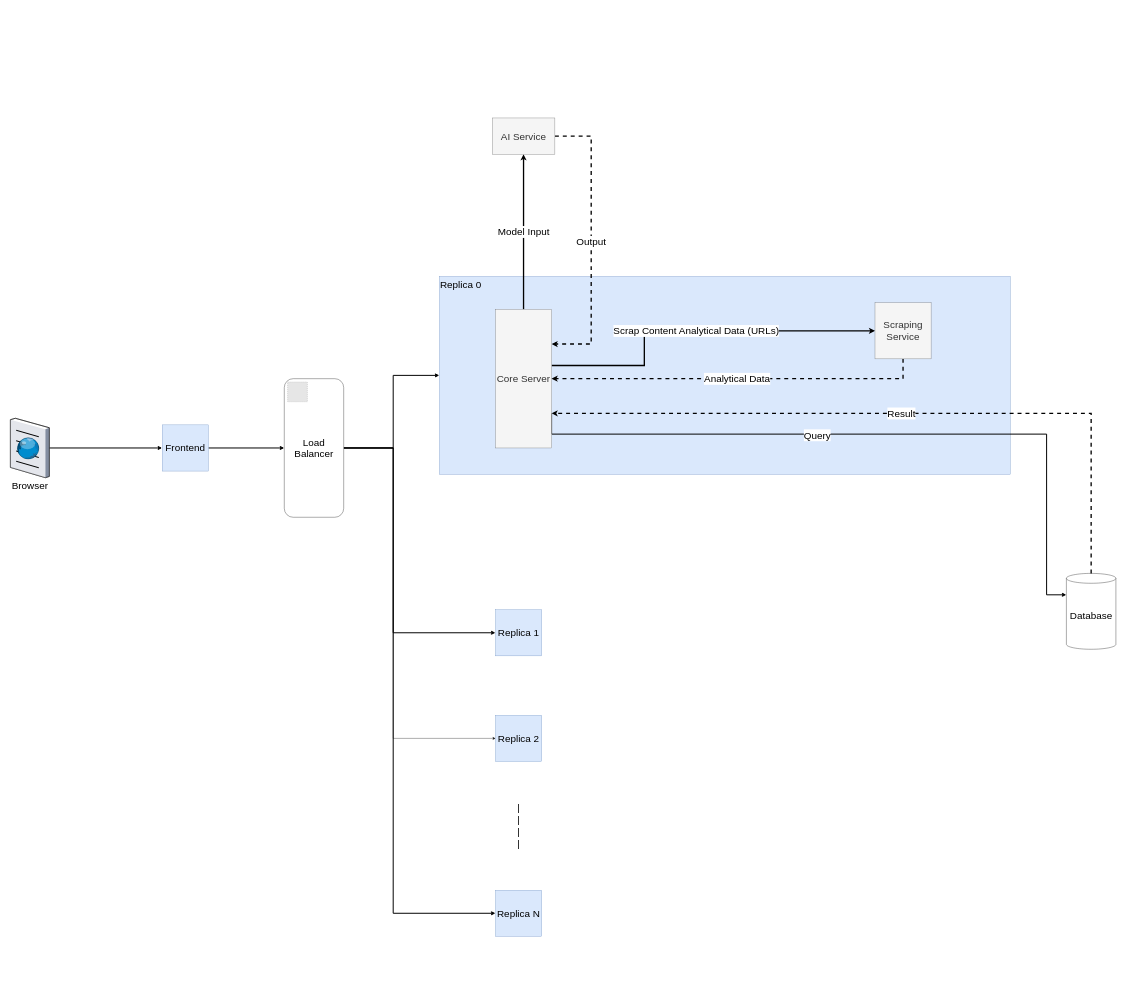
The draw.io diagram diagrams/LowlevelBlockDiagram.drawio in jadhamwi31/cc_productivity_and_marketing_kit, before the edit. Source tidied: cells renumbered, new cells numbered last; positions are measured from the earlier drawing's top-left corner, leaving out a move shared by most shapes. Both pictures are drawn from the tidied source at 33%, with x=0, y=0 at pixel (10, 118). Pictures stored in the file or linked from it are replaced by grey dashed boxes.
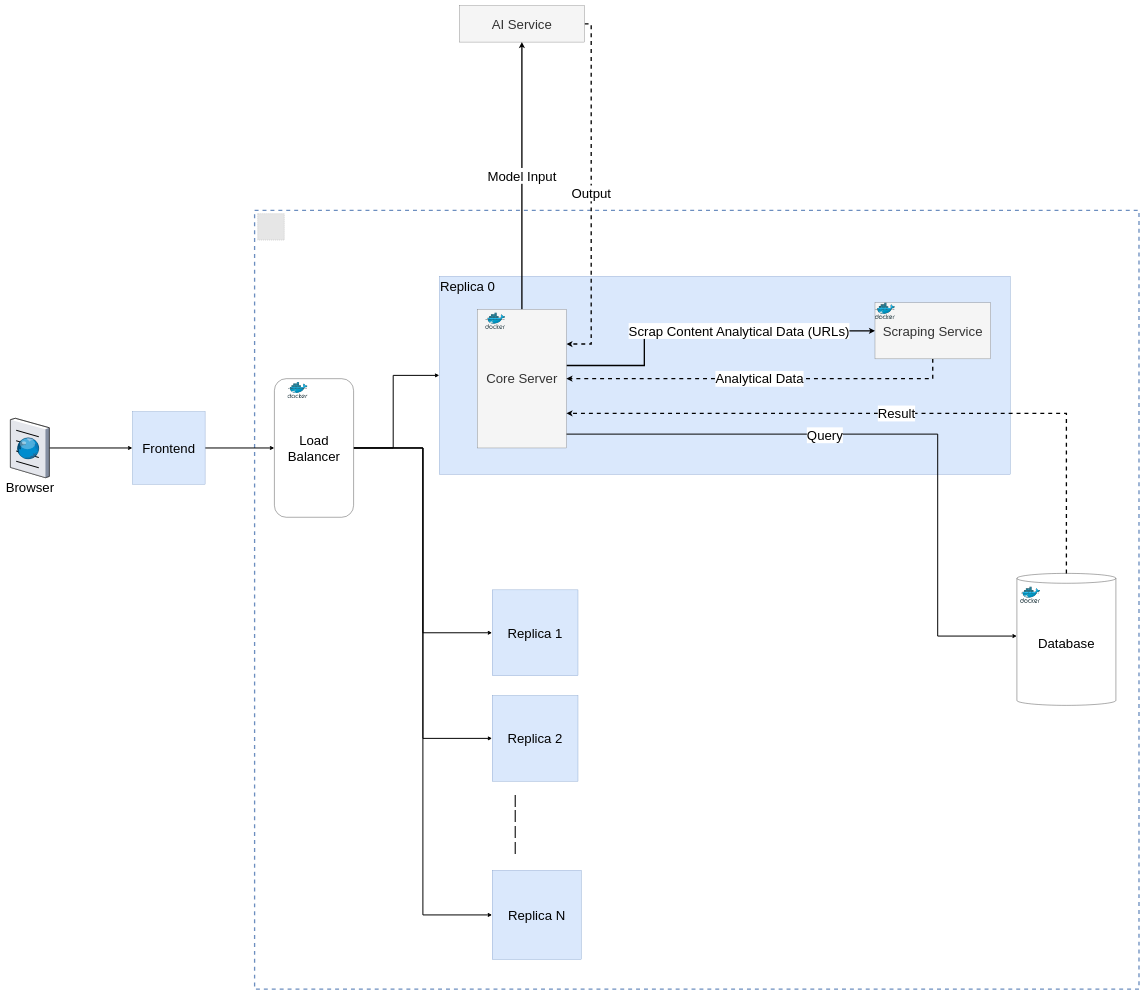
The same diagram, later.

Commit message (it also covers changes not shown here):
vidoe editing sequence diagram

What changed in the source:
```diff
@@
+    <mxCell id="28" style="rounded=0;whiteSpace=wrap;html=1;fillColor=none;strokeColor=#6c8ebf;strokeWidth=4;dashed=1;fontSize=40;" parent="1" vertex="1">
+      <mxGeometry x="740" y="280" width="2680" height="2360" as="geometry" />
+    </mxCell>
-    <mxCell id="2" value="Replica 0" style="rounded=0;whiteSpace=wrap;html=1;fontSize=30;fillColor=#dae8fc;strokeColor=#6c8ebf;verticalAlign=top;align=left;" parent="1" vertex="1">
+    <mxCell id="2" value="Replica 0" style="rounded=0;whiteSpace=wrap;html=1;fontSize=40;fillColor=#dae8fc;strokeColor=#6c8ebf;verticalAlign=top;align=left;" parent="1" vertex="1">
       <mxGeometry x="1300" y="480" width="1730" height="600" as="geometry" />
     </mxCell>
-    <mxCell id="3" value="Output" style="edgeStyle=orthogonalEdgeStyle;rounded=0;jettySize=auto;html=1;exitX=1;exitY=0.5;exitDx=0;exitDy=0;entryX=1;entryY=0.25;entryDx=0;entryDy=0;fontSize=30;strokeWidth=4;dashed=1;" parent="1" edge="1" source="25" target="8">
+    <mxCell id="3" value="Output" style="edgeStyle=orthogonalEdgeStyle;rounded=0;jettySize=auto;html=1;exitX=1;exitY=0.5;exitDx=0;exitDy=0;entryX=1;entryY=0.25;entryDx=0;entryDy=0;fontSize=40;strokeWidth=4;dashed=1;" parent="1" edge="1" source="25" target="8">
       <mxGeometry relative="1" as="geometry">
         <Array as="points">
-          <mxPoint x="1760" y="55" />
+          <mxPoint x="1760" y="-285" />
           <mxPoint x="1760" y="685" />
         </Array>
       </mxGeometry>
     </mxCell>
-    <mxCell id="4" style="edgeStyle=orthogonalEdgeStyle;rounded=0;jettySize=auto;html=1;exitX=1;exitY=0.75;exitDx=0;exitDy=0;fontSize=30;strokeWidth=3;entryX=0;entryY=0;entryDx=0;entryDy=65;entryPerimeter=0;" parent="1" edge="1" source="8" target="10">
+    <mxCell id="4" style="edgeStyle=orthogonalEdgeStyle;rounded=0;orthogonalLoop=1;jettySize=auto;html=1;fontSize=40;strokeWidth=3;" parent="1" edge="1">
       <mxGeometry relative="1" as="geometry">
+        <mxPoint x="1630" y="958" as="sourcePoint" />
+        <mxPoint x="3050" y="1570" as="targetPoint" />
         <Array as="points">
           <mxPoint x="1640" y="958" />
-          <mxPoint x="3140" y="958" />
-          <mxPoint x="3140" y="1445" />
+          <mxPoint x="2810" y="958" />
+          <mxPoint x="2810" y="1570" />
+          <mxPoint x="3050" y="1570" />
         </Array>
       </mxGeometry>
     </mxCell>
-    <mxCell id="5" value="Query" style="edgeLabel;html=1;align=center;verticalAlign=middle;fontSize=30;" parent="4" vertex="1">
+    <mxCell id="5" value="Query" style="edgeLabel;html=1;align=center;verticalAlign=middle;fontSize=40;" parent="4" vertex="1">
       <mxGeometry x="-0.24" y="1" relative="1" as="geometry">
         <mxPoint x="65" y="3" as="offset" />
       </mxGeometry>
     </mxCell>
-    <mxCell id="6" value="Model Input" style="edgeStyle=orthogonalEdgeStyle;rounded=0;jettySize=auto;html=1;exitX=0.5;exitY=0;exitDx=0;exitDy=0;entryX=0.5;entryY=1;entryDx=0;entryDy=0;strokeWidth=4;fontSize=30;" parent="1" edge="1" source="8" target="25">
+    <mxCell id="6" value="Model Input" style="edgeStyle=orthogonalEdgeStyle;rounded=0;jettySize=auto;html=1;exitX=0.5;exitY=0;exitDx=0;exitDy=0;entryX=0.5;entryY=1;entryDx=0;entryDy=0;strokeWidth=4;fontSize=40;" parent="1" edge="1" source="8" target="25">
       <mxGeometry relative="1" as="geometry" />
     </mxCell>
-    <mxCell id="7" value="Scrap Content Analytical Data (URLs)" style="edgeStyle=orthogonalEdgeStyle;rounded=0;jettySize=auto;html=1;entryX=0;entryY=0.5;entryDx=0;entryDy=0;strokeWidth=4;fontSize=30;" parent="1" edge="1" source="8" target="27">
-      <mxGeometry relative="1" as="geometry">
+    <mxCell id="7" value="Scrap Content Analytical Data (URLs)" style="edgeStyle=orthogonalEdgeStyle;rounded=0;jettySize=auto;html=1;entryX=0;entryY=0.5;entryDx=0;entryDy=0;strokeWidth=4;fontSize=40;" parent="1" edge="1" source="8" target="27">
+      <mxGeometry x="0.21" relative="1" as="geometry">
         <Array as="points">
           <mxPoint x="1921" y="750" />
           <mxPoint x="1921" y="645" />
         </Array>
+        <mxPoint x="-1" as="offset" />
       </mxGeometry>
     </mxCell>
-    <mxCell id="8" value="Core Server" style="rounded=0;whiteSpace=wrap;html=1;fillColor=#f5f5f5;fontSize=30;fontColor=#333333;strokeColor=#666666;" parent="1" vertex="1">
-      <mxGeometry x="1470" y="580" width="170" height="420" as="geometry" />
+    <mxCell id="8" value="Core Server" style="rounded=0;whiteSpace=wrap;html=1;fillColor=#f5f5f5;fontSize=40;fontColor=#333333;strokeColor=#666666;" parent="1" vertex="1">
+      <mxGeometry x="1415" y="580" width="270" height="420" as="geometry" />
     </mxCell>
-    <mxCell id="9" value="Result" style="edgeStyle=orthogonalEdgeStyle;rounded=0;jettySize=auto;html=1;exitX=0.5;exitY=0;exitDx=0;exitDy=0;exitPerimeter=0;entryX=1;entryY=0.75;entryDx=0;entryDy=0;fontSize=30;dashed=1;strokeWidth=4;" parent="1" edge="1" source="10" target="8">
+    <mxCell id="9" value="Result" style="edgeStyle=orthogonalEdgeStyle;rounded=0;jettySize=auto;html=1;exitX=0.5;exitY=0;exitDx=0;exitDy=0;exitPerimeter=0;entryX=1;entryY=0.75;entryDx=0;entryDy=0;fontSize=40;dashed=1;strokeWidth=4;" parent="1" edge="1" source="10" target="8">
       <mxGeometry relative="1" as="geometry">
         <Array as="points">
-          <mxPoint x="3275" y="895" />
+          <mxPoint x="3200" y="895" />
         </Array>
       </mxGeometry>
     </mxCell>
-    <mxCell id="10" value="Database" style="shape=cylinder3;whiteSpace=wrap;html=1;boundedLbl=1;backgroundOutline=1;size=15;fontSize=30;fillColor=none;" parent="1" vertex="1">
-      <mxGeometry x="3200" y="1380" width="150" height="230" as="geometry" />
+    <mxCell id="10" value="Database" style="shape=cylinder3;whiteSpace=wrap;html=1;boundedLbl=1;backgroundOutline=1;size=15;fontSize=40;fillColor=none;" parent="1" vertex="1">
+      <mxGeometry x="3050" y="1380" width="300" height="400" as="geometry" />
     </mxCell>
-    <mxCell id="11" style="edgeStyle=orthogonalEdgeStyle;rounded=0;jettySize=auto;html=1;exitX=1;exitY=0.5;exitDx=0;exitDy=0;entryX=0;entryY=0.5;entryDx=0;entryDy=0;fontSize=30;strokeWidth=3;" parent="1" edge="1" source="13" target="18">
+    <mxCell id="11" style="edgeStyle=orthogonalEdgeStyle;rounded=0;jettySize=auto;html=1;exitX=1;exitY=0.5;exitDx=0;exitDy=0;entryX=0;entryY=0.5;entryDx=0;entryDy=0;fontSize=40;strokeWidth=3;" parent="1" edge="1" source="13" target="18">
       <mxGeometry relative="1" as="geometry" />
     </mxCell>
-    <mxCell id="12" style="edgeStyle=orthogonalEdgeStyle;rounded=0;jettySize=auto;html=1;exitX=0;exitY=0.5;exitDx=0;exitDy=0;strokeWidth=3;fontSize=30;startArrow=classic;startFill=1;endArrow=none;endFill=0;" parent="1" edge="1" source="13" target="24">
+    <mxCell id="12" style="edgeStyle=orthogonalEdgeStyle;rounded=0;jettySize=auto;html=1;exitX=0;exitY=0.5;exitDx=0;exitDy=0;strokeWidth=3;fontSize=40;startArrow=classic;startFill=1;endArrow=none;endFill=0;" parent="1" edge="1" source="13" target="24">
       <mxGeometry relative="1" as="geometry" />
     </mxCell>
-    <mxCell id="13" value="Frontend" style="whiteSpace=wrap;html=1;fillColor=#dae8fc;strokeColor=#6c8ebf;fontSize=30;" parent="1" vertex="1">
-      <mxGeometry x="460" y="930" width="140" height="140" as="geometry" />
+    <mxCell id="13" value="Frontend" style="whiteSpace=wrap;html=1;fillColor=#dae8fc;strokeColor=#6c8ebf;fontSize=40;" parent="1" vertex="1">
+      <mxGeometry x="370" y="890" width="220" height="220" as="geometry" />
     </mxCell>
-    <mxCell id="14" style="edgeStyle=orthogonalEdgeStyle;rounded=0;jettySize=auto;html=1;exitX=1;exitY=0.5;exitDx=0;exitDy=0;entryX=0;entryY=0.5;entryDx=0;entryDy=0;fontSize=30;strokeWidth=3;" parent="1" edge="1" source="18" target="2">
+    <mxCell id="14" style="edgeStyle=orthogonalEdgeStyle;rounded=0;jettySize=auto;html=1;exitX=1;exitY=0.5;exitDx=0;exitDy=0;entryX=0;entryY=0.5;entryDx=0;entryDy=0;fontSize=40;strokeWidth=3;" parent="1" edge="1" source="18" target="2">
       <mxGeometry relative="1" as="geometry">
         <Array as="points">
           <mxPoint x="1160" y="1000" />
           <mxPoint x="1160" y="780" />
         </Array>
       </mxGeometry>
     </mxCell>
-    <mxCell id="15" style="edgeStyle=orthogonalEdgeStyle;rounded=0;jettySize=auto;html=1;exitX=1;exitY=0.5;exitDx=0;exitDy=0;entryX=0;entryY=0.5;entryDx=0;entryDy=0;fontSize=30;strokeWidth=3;" parent="1" edge="1" source="18" target="20">
-      <mxGeometry relative="1" as="geometry">
-        <Array as="points">
-          <mxPoint x="1160" y="1000" />
-          <mxPoint x="1160" y="1560" />
-        </Array>
-      </mxGeometry>
+    <mxCell id="15" style="edgeStyle=orthogonalEdgeStyle;rounded=0;jettySize=auto;html=1;exitX=1;exitY=0.5;exitDx=0;exitDy=0;entryX=0;entryY=0.5;entryDx=0;entryDy=0;fontSize=40;strokeWidth=3;" parent="1" edge="1" source="18" target="20">
+      <mxGeometry relative="1" as="geometry" />
     </mxCell>
-    <mxCell id="16" style="edgeStyle=orthogonalEdgeStyle;rounded=0;jettySize=auto;html=1;exitX=1;exitY=0.5;exitDx=0;exitDy=0;entryX=0;entryY=0.5;entryDx=0;entryDy=0;fontSize=30;" parent="1" edge="1" source="18" target="21">
-      <mxGeometry relative="1" as="geometry">
-        <Array as="points">
-          <mxPoint x="1160" y="1000" />
-          <mxPoint x="1160" y="1880" />
-        </Array>
-      </mxGeometry>
+    <mxCell id="16" style="edgeStyle=orthogonalEdgeStyle;rounded=0;jettySize=auto;html=1;exitX=1;exitY=0.5;exitDx=0;exitDy=0;entryX=0;entryY=0.5;entryDx=0;entryDy=0;fontSize=40;strokeWidth=3;" parent="1" edge="1" source="18" target="21">
+      <mxGeometry relative="1" as="geometry" />
     </mxCell>
-    <mxCell id="17" style="edgeStyle=orthogonalEdgeStyle;rounded=0;jettySize=auto;html=1;exitX=1;exitY=0.5;exitDx=0;exitDy=0;entryX=0;entryY=0.5;entryDx=0;entryDy=0;fontSize=30;strokeWidth=3;" parent="1" edge="1" source="18" target="22">
-      <mxGeometry relative="1" as="geometry">
-        <Array as="points">
-          <mxPoint x="1160" y="1000" />
-          <mxPoint x="1160" y="2410" />
-        </Array>
-      </mxGeometry>
+    <mxCell id="17" style="edgeStyle=orthogonalEdgeStyle;rounded=0;jettySize=auto;html=1;exitX=1;exitY=0.5;exitDx=0;exitDy=0;entryX=0;entryY=0.5;entryDx=0;entryDy=0;fontSize=40;strokeWidth=3;" parent="1" edge="1" source="18" target="22">
+      <mxGeometry relative="1" as="geometry" />
     </mxCell>
-    <mxCell id="18" value="Load Balancer" style="rounded=1;whiteSpace=wrap;html=1;fontSize=30;" parent="1" vertex="1">
-      <mxGeometry x="830" y="790" width="180" height="420" as="geometry" />
+    <mxCell id="18" value="Load Balancer" style="rounded=1;whiteSpace=wrap;html=1;fontSize=40;" parent="1" vertex="1">
+      <mxGeometry x="800" y="790" width="240" height="420" as="geometry" />
     </mxCell>
-    <mxCell id="19" style="fillColor=#E6E6E6;strokeColor=#999999;dashed=1;verticalLabelPosition=bottom;labelBackgroundColor=default;verticalAlign=top;fontSize=30;" parent="1" vertex="1">
-      <mxGeometry x="840" y="800" width="60" height="60" as="geometry" />
-    </mxCell>
-    <mxCell id="20" value="Replica 1" style="whiteSpace=wrap;html=1;fillColor=#dae8fc;strokeColor=#6c8ebf;fontSize=30;" parent="1" vertex="1">
-      <mxGeometry x="1470" y="1490" width="140" height="140" as="geometry" />
+    <mxCell id="20" value="Replica 1" style="whiteSpace=wrap;html=1;fillColor=#dae8fc;strokeColor=#6c8ebf;fontSize=40;" parent="1" vertex="1">
+      <mxGeometry x="1460" y="1430" width="260" height="260" as="geometry" />
     </mxCell>
-    <mxCell id="21" value="Replica 2" style="whiteSpace=wrap;html=1;fillColor=#dae8fc;strokeColor=#6c8ebf;fontSize=30;" parent="1" vertex="1">
-      <mxGeometry x="1470" y="1810" width="140" height="140" as="geometry" />
+    <mxCell id="21" value="Replica 2" style="whiteSpace=wrap;html=1;fillColor=#dae8fc;strokeColor=#6c8ebf;fontSize=40;" parent="1" vertex="1">
+      <mxGeometry x="1460" y="1750" width="260" height="260" as="geometry" />
     </mxCell>
-    <mxCell id="22" value="Replica N" style="whiteSpace=wrap;html=1;fillColor=#dae8fc;strokeColor=#6c8ebf;fontSize=30;" parent="1" vertex="1">
-      <mxGeometry x="1470" y="2340" width="140" height="140" as="geometry" />
+    <mxCell id="22" value="Replica N" style="whiteSpace=wrap;html=1;fillColor=#dae8fc;strokeColor=#6c8ebf;fontSize=40;" parent="1" vertex="1">
+      <mxGeometry x="1460" y="2280" width="270" height="270" as="geometry" />
     </mxCell>
-    <mxCell id="23" value="|&lt;br style=&quot;font-size: 30px;&quot;&gt;|&lt;br style=&quot;font-size: 30px;&quot;&gt;|&lt;br style=&quot;font-size: 30px;&quot;&gt;|&lt;br style=&quot;font-size: 30px;&quot;&gt;" style="text;html=1;strokeColor=none;fillColor=none;align=center;verticalAlign=middle;whiteSpace=wrap;rounded=0;fontSize=30;" parent="1" vertex="1">
-      <mxGeometry x="1510" y="1970" width="60" height="350" as="geometry" />
+    <mxCell id="23" value="|&lt;br style=&quot;font-size: 40px;&quot;&gt;|&lt;br style=&quot;font-size: 40px;&quot;&gt;|&lt;br style=&quot;font-size: 40px;&quot;&gt;|&lt;br style=&quot;font-size: 40px;&quot;&gt;" style="text;html=1;strokeColor=none;fillColor=none;align=center;verticalAlign=middle;whiteSpace=wrap;rounded=0;fontSize=40;" parent="1" vertex="1">
+      <mxGeometry x="1500" y="1910" width="60" height="450" as="geometry" />
     </mxCell>
-    <mxCell id="24" value="Browser" style="verticalLabelPosition=bottom;sketch=0;html=1;verticalAlign=top;strokeColor=none;align=center;outlineConnect=0;shape=mxgraph.citrix.browser;fontSize=30;fillColor=none;" parent="1" vertex="1">
+    <mxCell id="24" value="Browser" style="verticalLabelPosition=bottom;sketch=0;html=1;verticalAlign=top;strokeColor=none;align=center;outlineConnect=0;shape=mxgraph.citrix.browser;fontSize=40;fillColor=none;" parent="1" vertex="1">
       <mxGeometry y="910" width="117.9" height="180" as="geometry" />
     </mxCell>
-    <mxCell id="25" value="AI Service" style="rounded=0;whiteSpace=wrap;html=1;fillColor=#f5f5f5;fontSize=30;fontColor=#333333;strokeColor=#666666;" parent="1" vertex="1">
-      <mxGeometry x="1460" width="190" height="110" as="geometry" />
+    <mxCell id="25" value="AI Service" style="rounded=0;whiteSpace=wrap;html=1;fillColor=#f5f5f5;fontSize=40;fontColor=#333333;strokeColor=#666666;" parent="1" vertex="1">
+      <mxGeometry x="1360" y="-340" width="380" height="110" as="geometry" />
     </mxCell>
-    <mxCell id="26" value="Analytical Data" style="edgeStyle=orthogonalEdgeStyle;rounded=0;jettySize=auto;html=1;exitX=0.5;exitY=1;exitDx=0;exitDy=0;entryX=1;entryY=0.5;entryDx=0;entryDy=0;strokeWidth=4;fontSize=30;dashed=1;" parent="1" edge="1" source="27" target="8">
+    <mxCell id="26" value="Analytical Data" style="edgeStyle=orthogonalEdgeStyle;rounded=0;jettySize=auto;html=1;exitX=0.5;exitY=1;exitDx=0;exitDy=0;entryX=1;entryY=0.5;entryDx=0;entryDy=0;strokeWidth=4;fontSize=40;dashed=1;" parent="1" edge="1" source="27" target="8">
       <mxGeometry relative="1" as="geometry" />
     </mxCell>
-    <mxCell id="27" value="Scraping Service" style="rounded=0;whiteSpace=wrap;html=1;fillColor=#f5f5f5;fontSize=30;fontColor=#333333;strokeColor=#666666;" parent="1" vertex="1">
-      <mxGeometry x="2620" y="560" width="170" height="170" as="geometry" />
+    <mxCell id="27" value="Scraping Service" style="rounded=0;whiteSpace=wrap;html=1;fillColor=#f5f5f5;fontSize=40;fontColor=#333333;strokeColor=#666666;" parent="1" vertex="1">
+      <mxGeometry x="2620" y="560" width="350" height="170" as="geometry" />
     </mxCell>
+    <mxCell id="29" style="sketch=0;html=1;align=center;image;fontSize=40;image=img/lib/mscae/Docker.svg;fillColor=none;" parent="1" vertex="1">
+      <mxGeometry x="840" y="800" width="61" height="50" as="geometry" />
+    </mxCell>
+    <mxCell id="30" style="sketch=0;html=1;align=center;image;fontSize=40;image=img/lib/mscae/Docker.svg;fillColor=none;" parent="1" vertex="1">
+      <mxGeometry x="1439" y="590" width="61" height="50" as="geometry" />
+    </mxCell>
+    <mxCell id="31" style="sketch=0;html=1;align=center;image;fontSize=40;image=img/lib/mscae/Docker.svg;fillColor=none;" parent="1" vertex="1">
+      <mxGeometry x="2620" y="560" width="61" height="50" as="geometry" />
+    </mxCell>
+    <mxCell id="32" style="fillColor=#E6E6E6;strokeColor=#999999;dashed=1;verticalLabelPosition=bottom;labelBackgroundColor=default;verticalAlign=top;fontSize=40;" parent="1" vertex="1">
+      <mxGeometry x="749.4" y="290" width="80.6" height="80" as="geometry" />
+    </mxCell>
+    <mxCell id="33" style="sketch=0;html=1;align=center;image;fontSize=40;image=img/lib/mscae/Docker.svg;fillColor=none;" parent="1" vertex="1">
+      <mxGeometry x="3060" y="1420" width="61" height="50" as="geometry" />
+    </mxCell>
```
